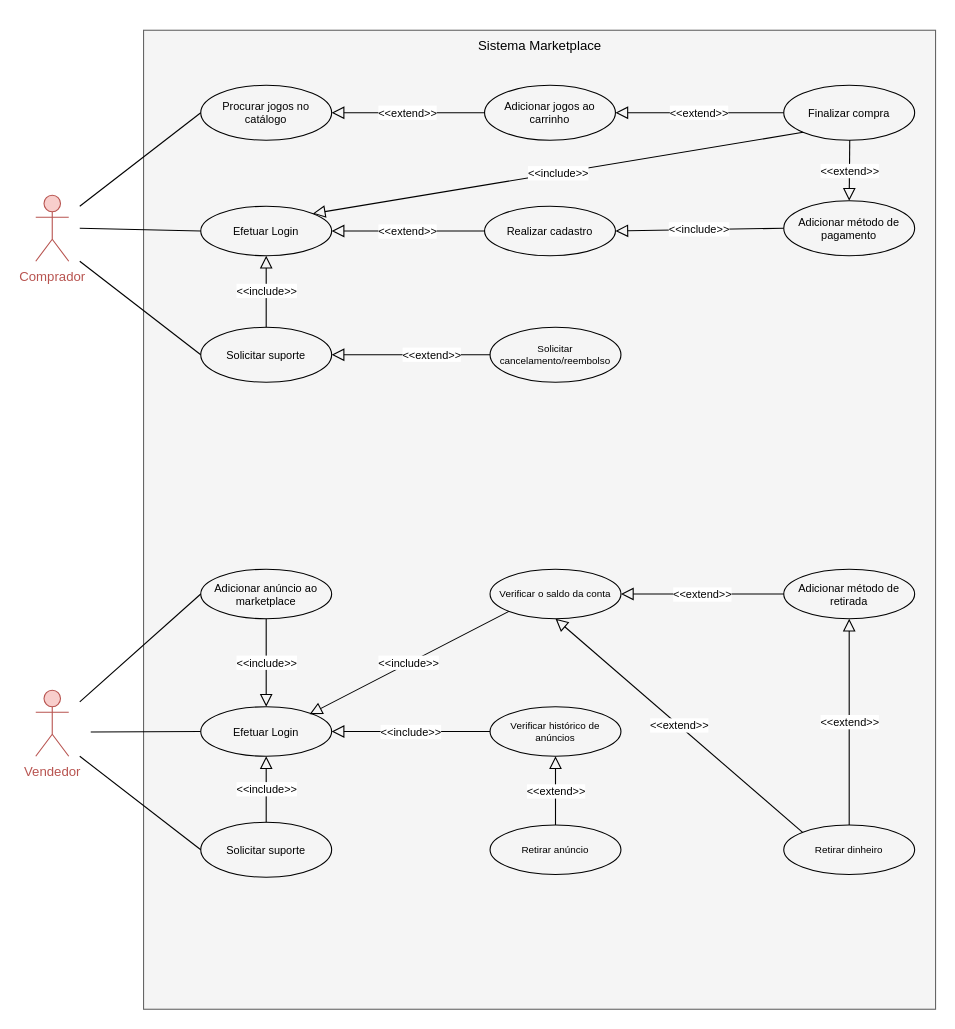
Before: Diagrama de Caso de Uso.drawio in oihugu/O-Grupo, a draw.io diagram. Source tidied: cells renumbered, new cells numbered last; positions are measured from the earlier drawing's top-left corner, leaving out a move shared by most shapes. Both pictures are drawn from the tidied source at 110%, with x=0, y=0 at pixel (35, 19).
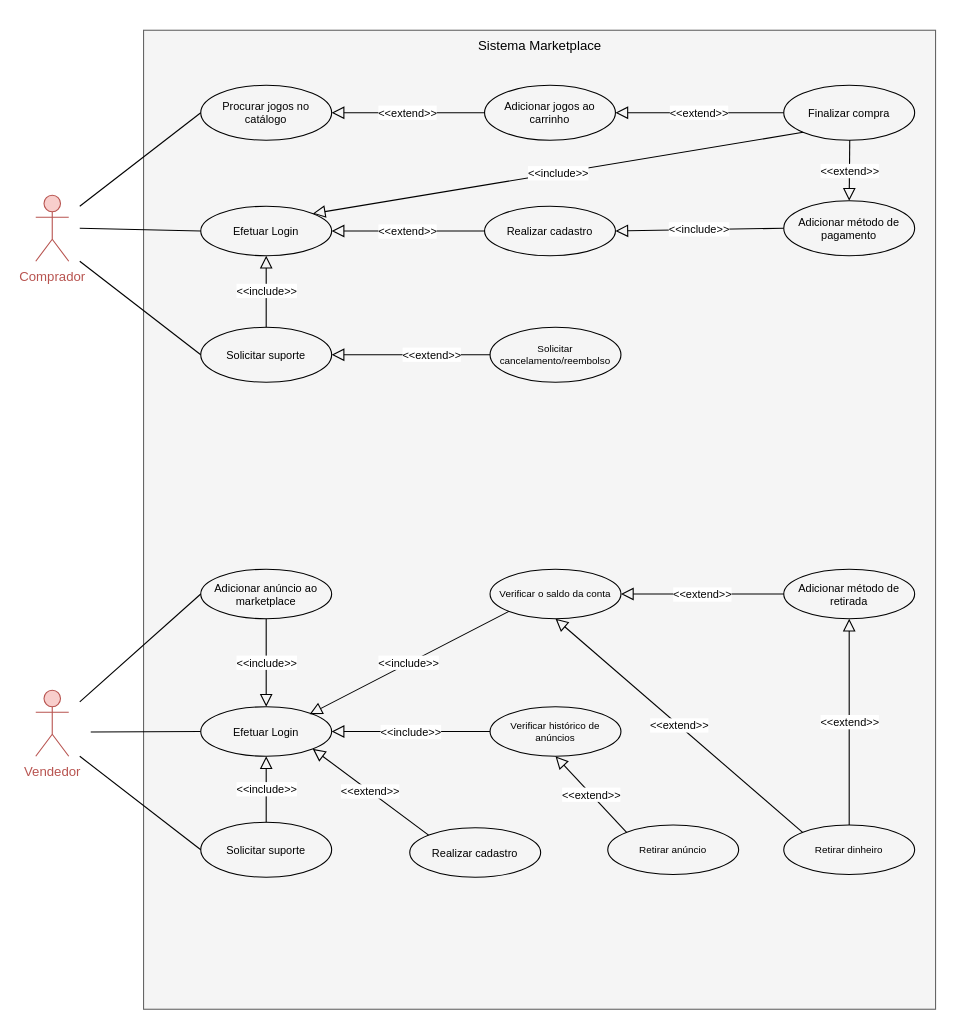
Above is the later version.

The change refers to these unchanged cells:
```xml
<mxCell id="25" value="&lt;font style=&quot;font-size: 10px;&quot;&gt;Efetuar Login&lt;/font&gt;" style="ellipse;whiteSpace=wrap;html=1;fillColor=none;fontSize=10;spacing=2;" parent="1" vertex="1">
  <mxGeometry x="150" y="625" width="119" height="45" as="geometry" />
</mxCell>
<mxCell id="33" value="&lt;font style=&quot;font-size: 9px&quot;&gt;Verificar histórico de anúncios&lt;/font&gt;" style="ellipse;whiteSpace=wrap;html=1;fillColor=none;fontSize=9;spacing=2;" parent="1" vertex="1">
  <mxGeometry x="413" y="625" width="119" height="45" as="geometry" />
</mxCell>
```

Diff of the diagram source:
```diff
@@
     <mxCell id="42" value="&lt;font style=&quot;font-size: 9px&quot;&gt;Retirar anúncio&lt;/font&gt;" style="ellipse;whiteSpace=wrap;html=1;fillColor=none;fontSize=9;spacing=2;" parent="1" vertex="1">
-      <mxGeometry x="413" y="732.5" width="119" height="45" as="geometry" />
+      <mxGeometry x="520" y="732.5" width="119" height="45" as="geometry" />
     </mxCell>
-    <mxCell id="43" value="&lt;font style=&quot;font-size: 10px&quot;&gt;&amp;lt;&amp;lt;extend&amp;gt;&amp;gt;&lt;/font&gt;" style="endArrow=block;endSize=9;endFill=0;html=1;exitX=0.5;exitY=0;exitDx=0;exitDy=0;entryX=0.5;entryY=1;entryDx=0;entryDy=0;" parent="1" edge="1" source="42" target="33">
+    <mxCell id="43" value="&lt;font style=&quot;font-size: 10px&quot;&gt;&amp;lt;&amp;lt;extend&amp;gt;&amp;gt;&lt;/font&gt;" style="endArrow=block;endSize=9;endFill=0;html=1;exitX=0;exitY=0;exitDx=0;exitDy=0;entryX=0.5;entryY=1;entryDx=0;entryDy=0;" parent="1" edge="1" source="42" target="33">
       <mxGeometry relative="1" as="geometry" />
     </mxCell>
+    <mxCell id="44" value="&lt;font style=&quot;font-size: 10px;&quot;&gt;Realizar cadastro&lt;/font&gt;" style="ellipse;whiteSpace=wrap;html=1;fillColor=none;fontSize=10;spacing=2;" parent="1" vertex="1">
+      <mxGeometry x="340" y="735" width="119" height="45" as="geometry" />
+    </mxCell>
+    <mxCell id="45" value="&lt;font style=&quot;font-size: 10px&quot;&gt;&amp;lt;&amp;lt;extend&amp;gt;&amp;gt;&lt;/font&gt;" style="endArrow=block;endSize=9;endFill=0;html=1;exitX=0;exitY=0;exitDx=0;exitDy=0;entryX=1;entryY=1;entryDx=0;entryDy=0;" parent="1" edge="1" source="44" target="25">
+      <mxGeometry relative="1" as="geometry" />
+    </mxCell>
```
